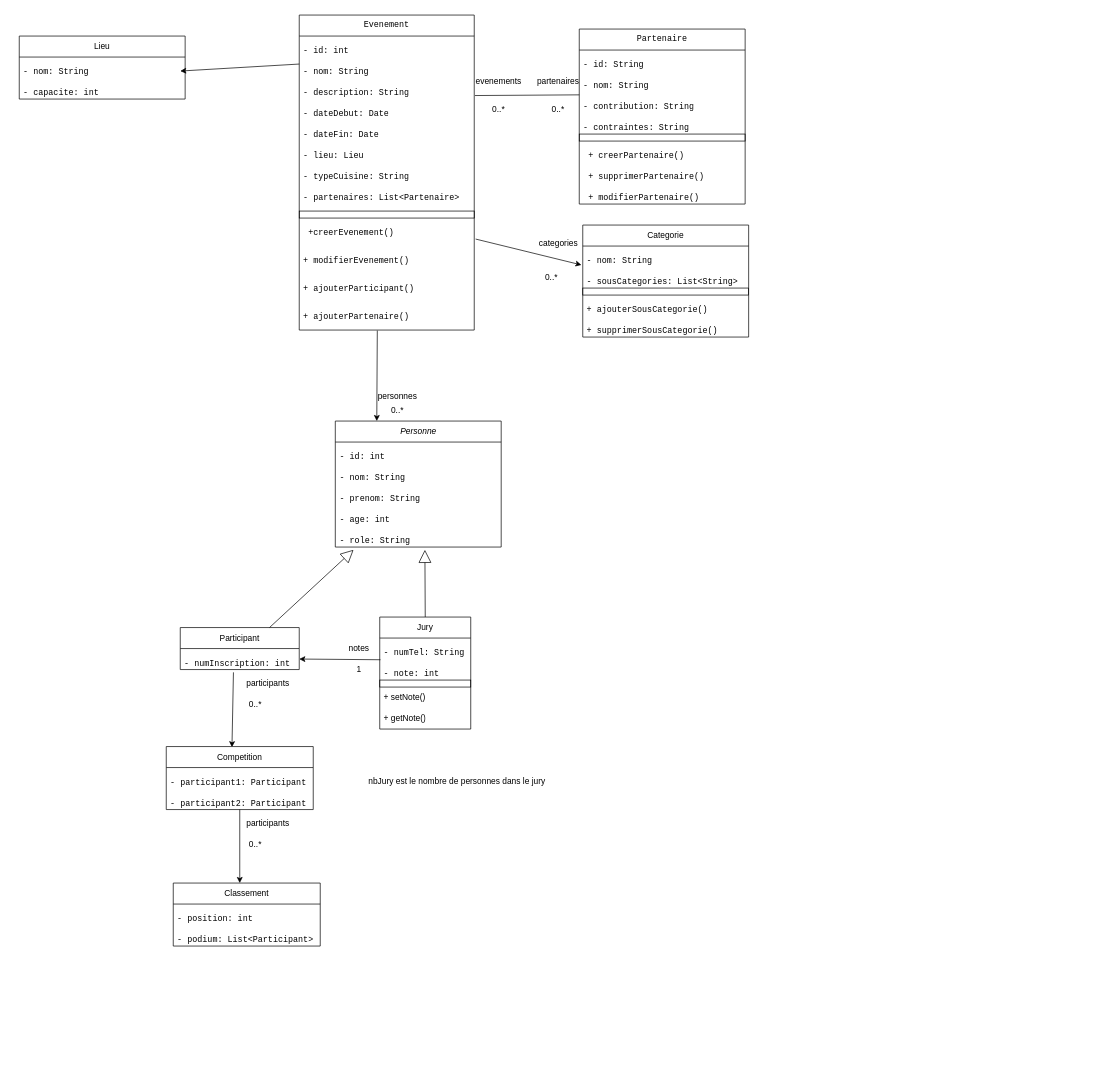
Earlier version of the draw.io diagram Conception/diagramme de classe méthodes.drawio (CSliveR/Chief-s-Arena). Source tidied: cells renumbered, new cells numbered last; positions are measured from the earlier drawing's top-left corner, leaving out a move shared by most shapes. Both pictures are drawn from the tidied source at 70%, with x=0, y=0 at pixel (19, 15).
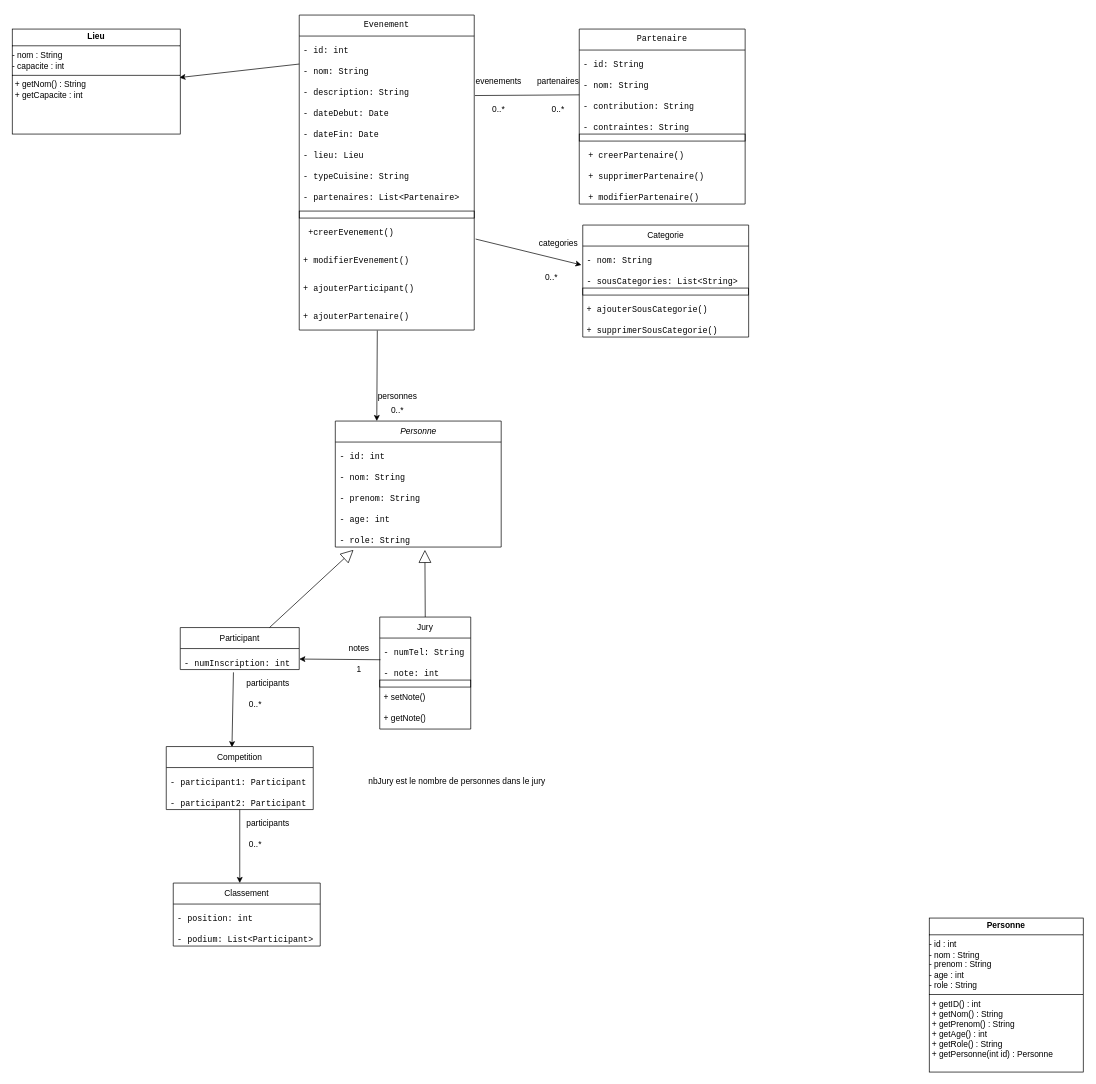
Above is the later version.

The edit, as a diff of the source:
```diff
@@
-    <mxCell id="82" value="Lieu" style="swimlane;fontStyle=0;horizontal=1;startSize=30;whiteSpace=wrap;html=1;" parent="1" vertex="1">
-      <mxGeometry y="30" width="237" height="90" as="geometry" />
-    </mxCell>
-    <mxCell id="83" value="&lt;pre&gt;&lt;code class=&quot;!whitespace-pre hljs language-plaintext&quot;&gt;- nom: String&lt;/code&gt;&lt;/pre&gt;" style="text;strokeColor=none;fillColor=none;align=left;verticalAlign=middle;spacingLeft=4;spacingRight=4;overflow=hidden;whiteSpace=wrap;html=1;" parent="82" vertex="1">
-      <mxGeometry y="30" width="237" height="30" as="geometry" />
-    </mxCell>
-    <mxCell id="84" value="&lt;pre&gt;&lt;code class=&quot;!whitespace-pre hljs language-plaintext&quot;&gt;- capacite: int&lt;/code&gt;&lt;/pre&gt;" style="text;strokeColor=none;fillColor=none;align=left;verticalAlign=middle;spacingLeft=4;spacingRight=4;overflow=hidden;whiteSpace=wrap;html=1;" parent="82" vertex="1">
-      <mxGeometry y="60" width="237" height="30" as="geometry" />
-    </mxCell>
-    <mxCell id="85" value="&lt;pre&gt;&lt;br&gt;&lt;/pre&gt;" style="text;strokeColor=default;fillColor=none;align=left;verticalAlign=middle;spacingLeft=4;spacingRight=4;overflow=hidden;whiteSpace=wrap;html=1;" parent="82" vertex="1">
-      <mxGeometry y="90" width="237" as="geometry" />
-    </mxCell>
-    <mxCell id="86" style="endArrow=classic;html=1;rounded=0;exitX=0;exitY=0.5;exitDx=0;exitDy=0;" parent="1" edge="1">
+    <mxCell id="86" style="endArrow=classic;html=1;rounded=0;exitX=0;exitY=0.5;exitDx=0;exitDy=0;entryX=0.995;entryY=0.462;entryDx=0;entryDy=0;entryPerimeter=0;" parent="1" edge="1" target="87">
       <mxGeometry relative="1" as="geometry">
         <mxPoint x="400" y="70" as="sourcePoint" />
-        <mxPoint x="230" y="80" as="targetPoint" />
       </mxGeometry>
     </mxCell>
+    <mxCell id="87" value="&lt;p style=&quot;margin:0px;margin-top:4px;text-align:center;&quot;&gt;&lt;b&gt;Lieu&lt;/b&gt;&lt;/p&gt;&lt;hr size=&quot;1&quot; style=&quot;border-style:solid;&quot;&gt;&lt;div&gt;- nom : String&lt;/div&gt;&lt;div&gt;- capacite : int&lt;br&gt;&lt;/div&gt;&lt;hr size=&quot;1&quot; style=&quot;border-style:solid;&quot;&gt;&lt;p style=&quot;margin:0px;margin-left:4px;&quot;&gt;+ getNom() : String&lt;/p&gt;&lt;p style=&quot;margin:0px;margin-left:4px;&quot;&gt;+ getCapacite : int&lt;br&gt;&lt;/p&gt;" style="verticalAlign=top;align=left;overflow=fill;html=1;whiteSpace=wrap;" parent="1" vertex="1">
+      <mxGeometry x="-10" y="20" width="240" height="150" as="geometry" />
+    </mxCell>
+    <mxCell id="88" value="&lt;p style=&quot;margin:0px;margin-top:4px;text-align:center;&quot;&gt;&lt;b&gt;Personne&lt;/b&gt;&lt;/p&gt;&lt;hr size=&quot;1&quot; style=&quot;border-style:solid;&quot;&gt;&lt;div&gt;- id : int&lt;/div&gt;&lt;div&gt;- nom : String&lt;/div&gt;&lt;div&gt;- prenom : String&lt;/div&gt;&lt;div&gt;- age : int&lt;/div&gt;&lt;div&gt;- role : String&lt;br&gt;&lt;/div&gt;&lt;hr size=&quot;1&quot; style=&quot;border-style:solid;&quot;&gt;&lt;p style=&quot;margin:0px;margin-left:4px;&quot;&gt;+ getID() : int&lt;/p&gt;&lt;p style=&quot;margin:0px;margin-left:4px;&quot;&gt;+ getNom() : String&lt;/p&gt;&lt;p style=&quot;margin:0px;margin-left:4px;&quot;&gt;+ getPrenom() : String&lt;/p&gt;&lt;p style=&quot;margin:0px;margin-left:4px;&quot;&gt;+ getAge() : int&lt;/p&gt;&lt;p style=&quot;margin:0px;margin-left:4px;&quot;&gt;+ getRole() : String&lt;/p&gt;&lt;p style=&quot;margin:0px;margin-left:4px;&quot;&gt;+ getPersonne(int id) : Personne&lt;br&gt;&lt;/p&gt;" style="verticalAlign=top;align=left;overflow=fill;html=1;whiteSpace=wrap;" parent="1" vertex="1">
+      <mxGeometry x="1300" y="1290" width="220" height="220" as="geometry" />
+    </mxCell>
```
